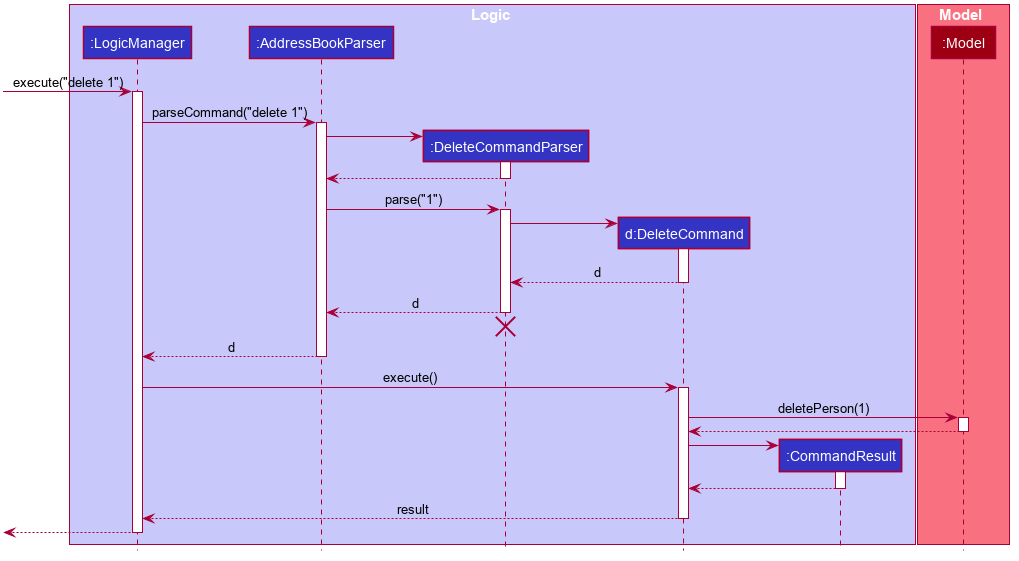
This is docs/images/DeleteSequenceDiagram.png from nus-cs2103-AY2021S2/tp, a PlantUML export, as it was before one commit.
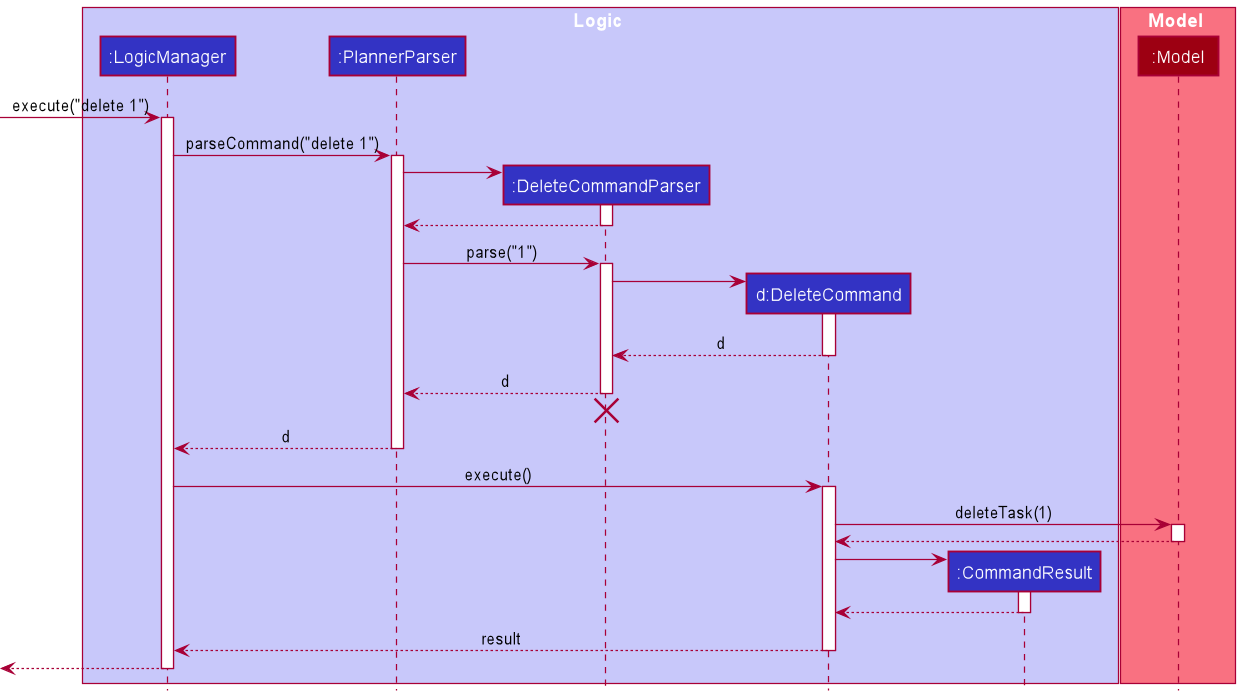
Above is the later version.

Diff of the diagram source:
```diff
@@ -1,79 +1,32 @@
 @startuml
+!include style.puml
 
-
-
-
-
-
-
-
-skinparam BackgroundColor #FFFFFFF
-
-skinparam Shadowing false
-
-skinparam Class {
-    FontColor #FFFFFF
-    BorderThickness 1
-    BorderColor #FFFFFF
-    StereotypeFontColor #FFFFFF
-    FontName Arial
-}
-
-skinparam Actor {
-    BorderColor #000000
-    Color #000000
-    FontName Arial
-}
-
-skinparam Sequence {
-    MessageAlign center
-    BoxFontSize 15
-    BoxPadding 0
-    BoxFontColor #FFFFFF
-    FontName Arial
-}
-
-skinparam Participant {
-    FontColor #FFFFFFF
-    Padding 20
-}
-
-skinparam MinClassWidth 50
-skinparam ParticipantPadding 10
-skinparam Shadowing false
-skinparam DefaultTextAlignment center
-skinparam packageStyle Rectangle
-
-hide footbox
-hide members
-hide circle
-
-box Logic #C8C8FA
-participant ":LogicManager" as LogicManager #3333C4
-participant ":AddressBookParser" as AddressBookParser #3333C4
-participant ":DeleteCommandParser" as DeleteCommandParser #3333C4
-participant "d:DeleteCommand" as DeleteCommand #3333C4
-participant ":CommandResult" as CommandResult #3333C4
+box Logic LOGIC_COLOR_T1
+participant ":LogicManager" as LogicManager LOGIC_COLOR
+participant ":PlannerParser" as PlannerParser LOGIC_COLOR
+participant ":DeleteCommandParser" as DeleteCommandParser LOGIC_COLOR
+participant "d:DeleteCommand" as DeleteCommand LOGIC_COLOR
+participant ":CommandResult" as CommandResult LOGIC_COLOR
 end box
 
-box Model #F97181
-participant ":Model" as Model #9D0012
+box Model MODEL_COLOR_T1
+participant ":Model" as Model MODEL_COLOR
 end box
 
 [-> LogicManager : execute("delete 1")
 activate LogicManager
 
-LogicManager -> AddressBookParser : parseCommand("delete 1")
-activate AddressBookParser
+LogicManager -> PlannerParser : parseCommand("delete 1")
+activate PlannerParser
 
 create DeleteCommandParser
-AddressBookParser -> DeleteCommandParser
+PlannerParser -> DeleteCommandParser
 activate DeleteCommandParser
 
-DeleteCommandParser --> AddressBookParser
+DeleteCommandParser --> PlannerParser
 deactivate DeleteCommandParser
 
-AddressBookParser -> DeleteCommandParser : parse("1")
+PlannerParser -> DeleteCommandParser : parse("1")
 activate DeleteCommandParser
 
 create DeleteCommand
@@ -83,18 +36,18 @@
 DeleteCommand --> DeleteCommandParser : d
 deactivate DeleteCommand
 
-DeleteCommandParser --> AddressBookParser : d
+DeleteCommandParser --> PlannerParser : d
 deactivate DeleteCommandParser
-DeleteCommandParser -[hidden]-> AddressBookParser
+DeleteCommandParser -[hidden]-> PlannerParser
 destroy DeleteCommandParser
 
-AddressBookParser --> LogicManager : d
-deactivate AddressBookParser
+PlannerParser --> LogicManager : d
+deactivate PlannerParser
 
 LogicManager -> DeleteCommand : execute()
 activate DeleteCommand
 
-DeleteCommand -> Model : deletePerson(1)
+DeleteCommand -> Model : deleteTask(1)
 activate Model
 
 Model --> DeleteCommand
```
